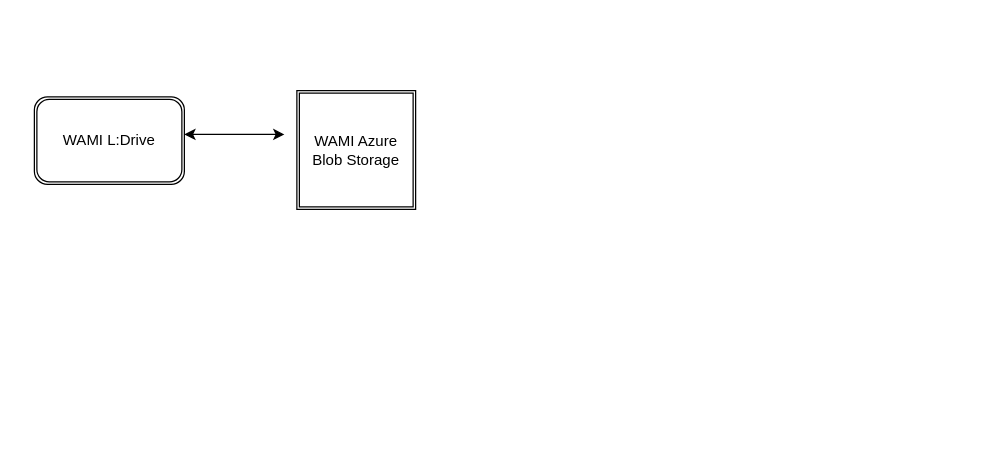
The draw.io diagram page "Page-2" (2 of 2) of Database Development.drawio in RasithaCLiyanage/WAMI-Datasever, before the edit. Source tidied: cells renumbered, new cells numbered last; positions are measured from the earlier drawing's top-left corner, leaving out a move shared by most shapes. Both pictures are drawn from the tidied source at 125%, with x=0, y=0 at pixel (34, 90).
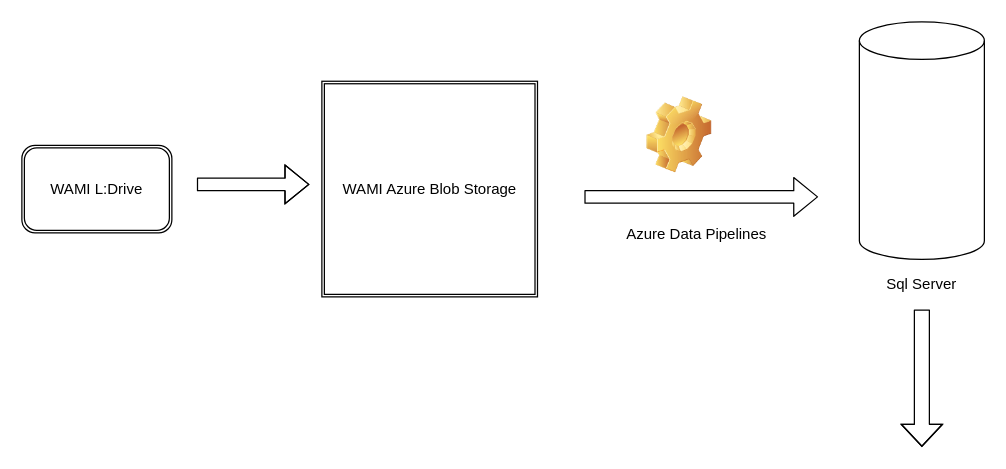
The same page after the edit.

Change to the diagram source:
```diff
@@
 <mxGraphModel>
   <root>
     <mxCell id="0" />
     <mxCell id="1" parent="0" />
     <mxCell id="2" value="WAMI L:Drive" style="shape=ext;double=1;rounded=1;whiteSpace=wrap;html=1;" parent="1" vertex="1">
-      <mxGeometry y="5" width="120" height="70" as="geometry" />
+      <mxGeometry x="-10" y="43.8" width="120" height="70" as="geometry" />
     </mxCell>
-    <mxCell id="3" style="endArrow=classic;startArrow=classic;html=1;" parent="1" edge="1">
-      <mxGeometry relative="1" as="geometry">
-        <mxPoint x="120" y="35" as="sourcePoint" />
-        <mxPoint x="200" y="35" as="targetPoint" />
-        <Array as="points">
-          <mxPoint x="150" y="35" />
-        </Array>
-      </mxGeometry>
-    </mxCell>
     <mxCell id="4" value="WAMI Azure Blob Storage" style="shape=ext;double=1;whiteSpace=wrap;html=1;" parent="1" vertex="1">
-      <mxGeometry x="210" width="95" height="95" as="geometry" />
+      <mxGeometry x="230" y="-7.5" width="172.5" height="172.5" as="geometry" />
     </mxCell>
+    <mxCell id="5" style="shape=flexArrow;endArrow=classic;html=1;" parent="1" edge="1">
+      <mxGeometry relative="1" as="geometry">
+        <mxPoint x="130" y="75" as="sourcePoint" />
+        <mxPoint x="220" y="75" as="targetPoint" />
+        <Array as="points">
+          <mxPoint x="150" y="75" />
+        </Array>
+      </mxGeometry>
+    </mxCell>
+    <mxCell id="6" style="shape=flexArrow;endArrow=classic;html=1;" parent="1" edge="1">
+      <mxGeometry relative="1" as="geometry">
+        <mxPoint x="440" y="85" as="sourcePoint" />
+        <mxPoint x="627" y="85" as="targetPoint" />
+      </mxGeometry>
+    </mxCell>
+    <mxCell id="7" style="shape=cylinder3;whiteSpace=wrap;html=1;boundedLbl=1;backgroundOutline=1;size=15;" parent="1" vertex="1">
+      <mxGeometry x="660" y="-55" width="100" height="190" as="geometry" />
+    </mxCell>
+    <mxCell id="8" value="Sql Server" style="text;html=1;strokeColor=none;fillColor=none;align=center;verticalAlign=middle;whiteSpace=wrap;rounded=0;" parent="1" vertex="1">
+      <mxGeometry x="665" y="145" width="90" height="20" as="geometry" />
+    </mxCell>
+    <mxCell id="9" style="shape=image;html=1;verticalLabelPosition=bottom;verticalAlign=top;imageAspect=1;image=img/clipart/Gear_128x128.png;" parent="1" vertex="1">
+      <mxGeometry x="490" y="5" width="52" height="61" as="geometry" />
+    </mxCell>
+    <mxCell id="10" value="Azure Data Pipelines" style="text;html=1;strokeColor=none;fillColor=none;align=center;verticalAlign=middle;whiteSpace=wrap;rounded=0;" parent="1" vertex="1">
+      <mxGeometry x="460" y="105" width="140" height="20" as="geometry" />
+    </mxCell>
+    <mxCell id="11" style="shape=flexArrow;endArrow=classic;html=1;width=12;endSize=5.53;" parent="1" edge="1">
+      <mxGeometry relative="1" as="geometry">
+        <mxPoint x="710" y="175" as="sourcePoint" />
+        <mxPoint x="710" y="285" as="targetPoint" />
+        <Array as="points">
+          <mxPoint x="710" y="195" />
+        </Array>
+      </mxGeometry>
+    </mxCell>
   </root>
 </mxGraphModel>
```
